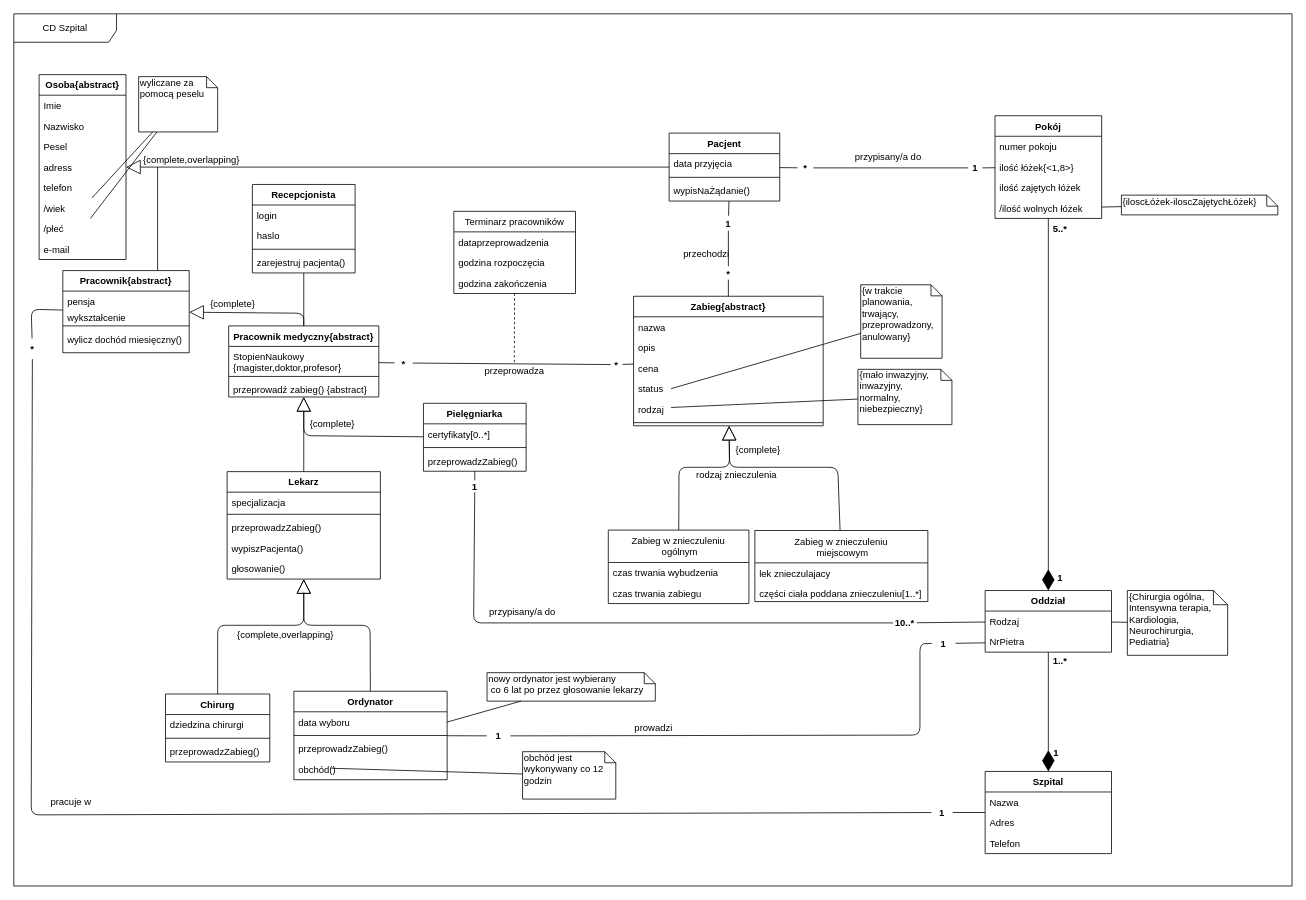
This is page "class" (1 of 3) of Szpital.drawio from AleksanderStaruch/HospitalUML, a draw.io file, before an edit. Source tidied: cells renumbered, new cells numbered last; positions are measured from the earlier drawing's top-left corner, leaving out a move shared by most shapes. Both pictures are drawn from the tidied source at 79%, with x=0, y=0 at pixel (13, 13).
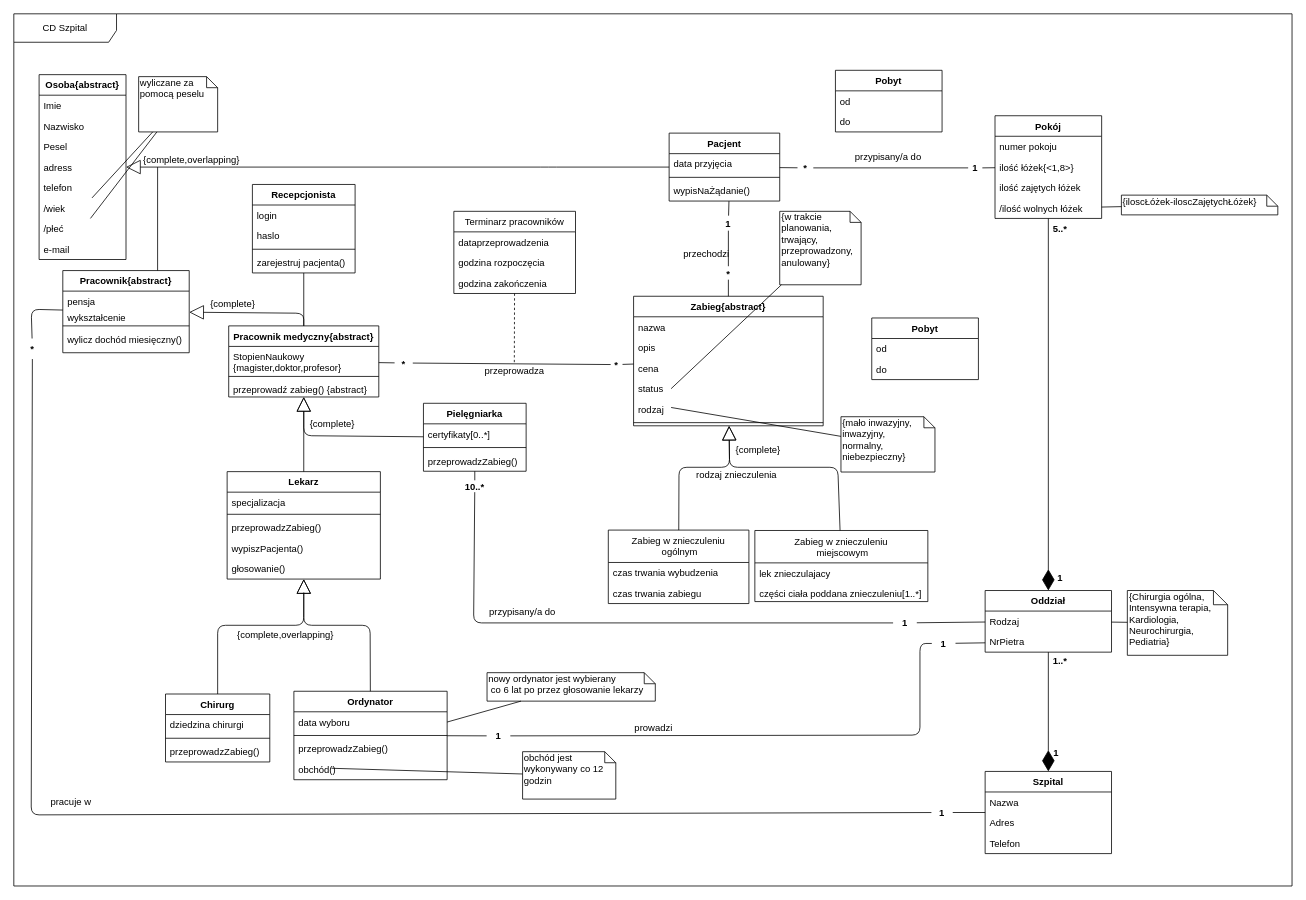
After the change.

Change to the diagram source:
```diff
@@
+    <mxCell id="152" value="Pobyt" style="swimlane;fontStyle=1;align=center;verticalAlign=top;horizontal=1;startSize=26;" parent="1" vertex="1">
+      <mxGeometry x="1040" y="71.5" width="135" height="78" as="geometry" />
+    </mxCell>
+    <mxCell id="153" value="od" style="text;strokeColor=none;fillColor=none;align=left;verticalAlign=top;spacingLeft=4;spacingRight=4;overflow=hidden;" parent="152" vertex="1">
+      <mxGeometry y="26" width="135" height="26" as="geometry" />
+    </mxCell>
+    <mxCell id="154" value="do" style="text;strokeColor=none;fillColor=none;align=left;verticalAlign=top;spacingLeft=4;spacingRight=4;overflow=hidden;" parent="152" vertex="1">
+      <mxGeometry y="52" width="135" height="26" as="geometry" />
+    </mxCell>
+    <mxCell id="155" value="Pobyt" style="swimlane;fontStyle=1;align=center;verticalAlign=top;horizontal=1;startSize=26;" parent="1" vertex="1">
+      <mxGeometry x="1086" y="385" width="135" height="78" as="geometry" />
+    </mxCell>
+    <mxCell id="156" value="od" style="text;strokeColor=none;fillColor=none;align=left;verticalAlign=top;spacingLeft=4;spacingRight=4;overflow=hidden;" parent="155" vertex="1">
+      <mxGeometry y="26" width="135" height="26" as="geometry" />
+    </mxCell>
+    <mxCell id="157" value="do" style="text;strokeColor=none;fillColor=none;align=left;verticalAlign=top;spacingLeft=4;spacingRight=4;overflow=hidden;" parent="155" vertex="1">
+      <mxGeometry y="52" width="135" height="26" as="geometry" />
+    </mxCell>
@@
-    <mxCell id="98" value="1" style="text;align=center;fontStyle=1;verticalAlign=middle;spacingLeft=3;spacingRight=3;strokeColor=none;points=[[0,0.5],[1,0.5]];portConstraint=eastwest;" parent="1" vertex="1">
+    <mxCell id="98" value="10..*" style="text;align=center;fontStyle=1;verticalAlign=middle;spacingLeft=3;spacingRight=3;strokeColor=none;points=[[0,0.5],[1,0.5]];portConstraint=eastwest;" parent="1" vertex="1">
       <mxGeometry x="568.5" y="590.5" width="30" height="15" as="geometry" />
     </mxCell>
@@
-    <mxCell id="100" value="10..*" style="text;align=center;fontStyle=1;verticalAlign=middle;spacingLeft=3;spacingRight=3;strokeColor=none;points=[[0,0.5],[1,0.5]];portConstraint=eastwest;" parent="1" vertex="1">
+    <mxCell id="100" value="1" style="text;align=center;fontStyle=1;verticalAlign=middle;spacingLeft=3;spacingRight=3;strokeColor=none;points=[[0,0.5],[1,0.5]];portConstraint=eastwest;" parent="1" vertex="1">
       <mxGeometry x="1113" y="758" width="30" height="26" as="geometry" />
     </mxCell>
@@
     <mxCell id="141" value="{mało inwazyjny,&lt;br&gt;inwazyjny,&lt;br&gt;normalny,&lt;br&gt;niebezpieczny}" style="shape=note;whiteSpace=wrap;html=1;size=14;verticalAlign=top;align=left;spacingTop=-6;" parent="1" vertex="1">
-      <mxGeometry x="1068.5" y="450" width="119" height="70" as="geometry" />
+      <mxGeometry x="1047" y="510" width="119" height="70" as="geometry" />
     </mxCell>
@@
     <mxCell id="143" value="{&lt;span&gt;w trakcie planowania,&lt;br&gt;trwający,&lt;br&gt;przeprowadzony,&lt;br&gt;anulowany&lt;/span&gt;}" style="shape=note;whiteSpace=wrap;html=1;size=14;verticalAlign=top;align=left;spacingTop=-6;" parent="1" vertex="1">
-      <mxGeometry x="1072" y="343" width="103" height="93" as="geometry" />
+      <mxGeometry x="969.5" y="250" width="103" height="93" as="geometry" />
     </mxCell>
```
